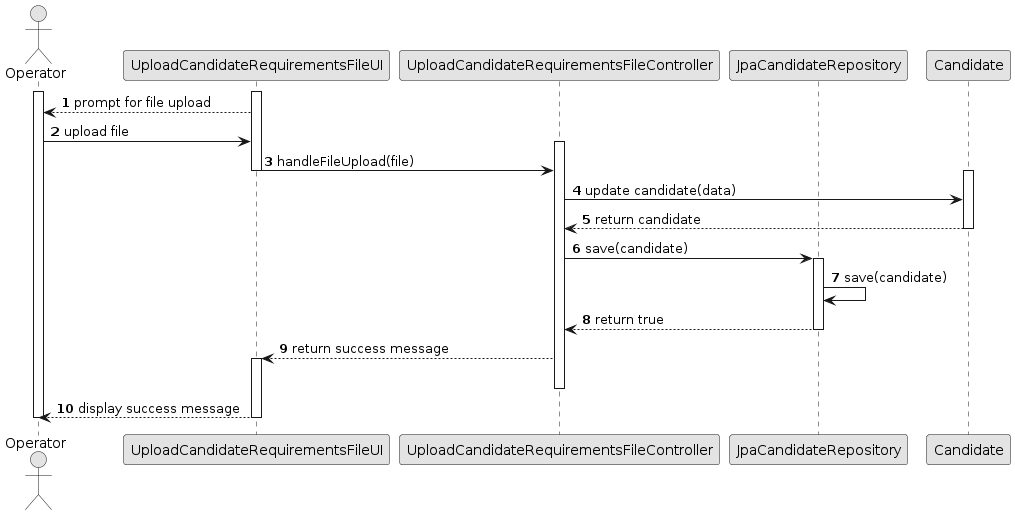
The PlantUML diagram docs/Sprint C/us_2004/sequence-diagram.png in Goncalves2525/Jobs4U-Talent-Acquisition-Management-System, before a commit.
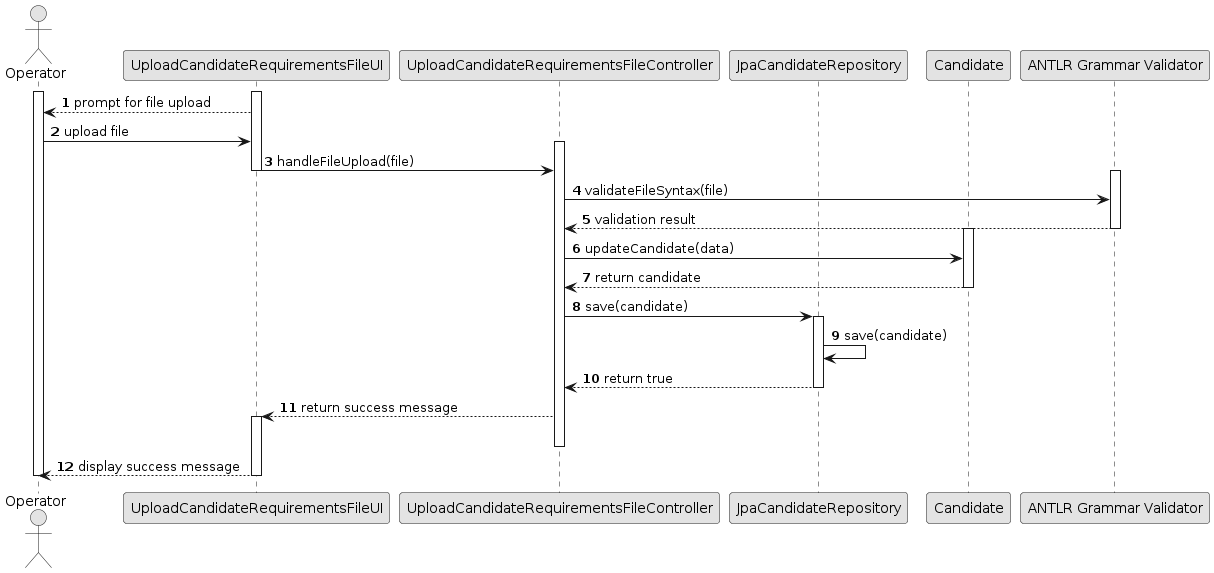
The same file after the commit.

Change to the diagram source:
```diff
@@ -10,6 +10,7 @@
 participant "UploadCandidateRequirementsFileController" as CTRL
 participant "JpaCandidateRepository" as CREPO
 participant "Candidate" as CAND
+participant "ANTLR Grammar Validator" as ANTLR
 
 activate OP
     activate UI
@@ -18,8 +19,12 @@
         activate CTRL
             UI -> CTRL : handleFileUpload(file)
             deactivate UI
+            activate ANTLR
+                CTRL -> ANTLR : validateFileSyntax(file)
+                ANTLR --> CTRL : validation result
+                deactivate ANTLR
             activate CAND
-                CTRL -> CAND : update candidate(data)
+                CTRL -> CAND : updateCandidate(data)
                 CAND --> CTRL : return candidate
             deactivate CAND
             CTRL -> CREPO : save(candidate)
```
